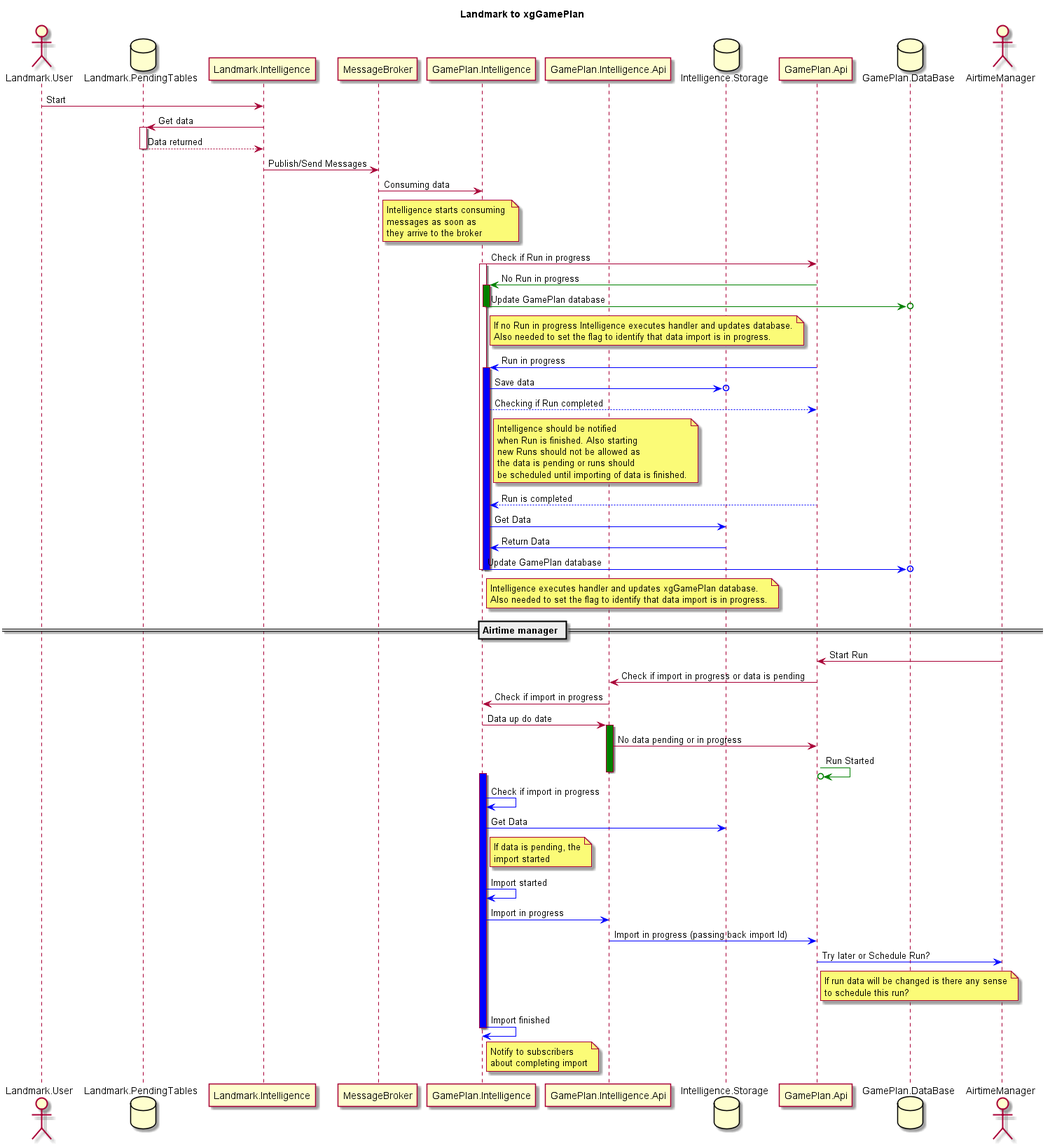
This is LandmarkIntegration/UsingLocalStorage.png from tatokhorava/diagrams, a PlantUML export, as it was before one commit.
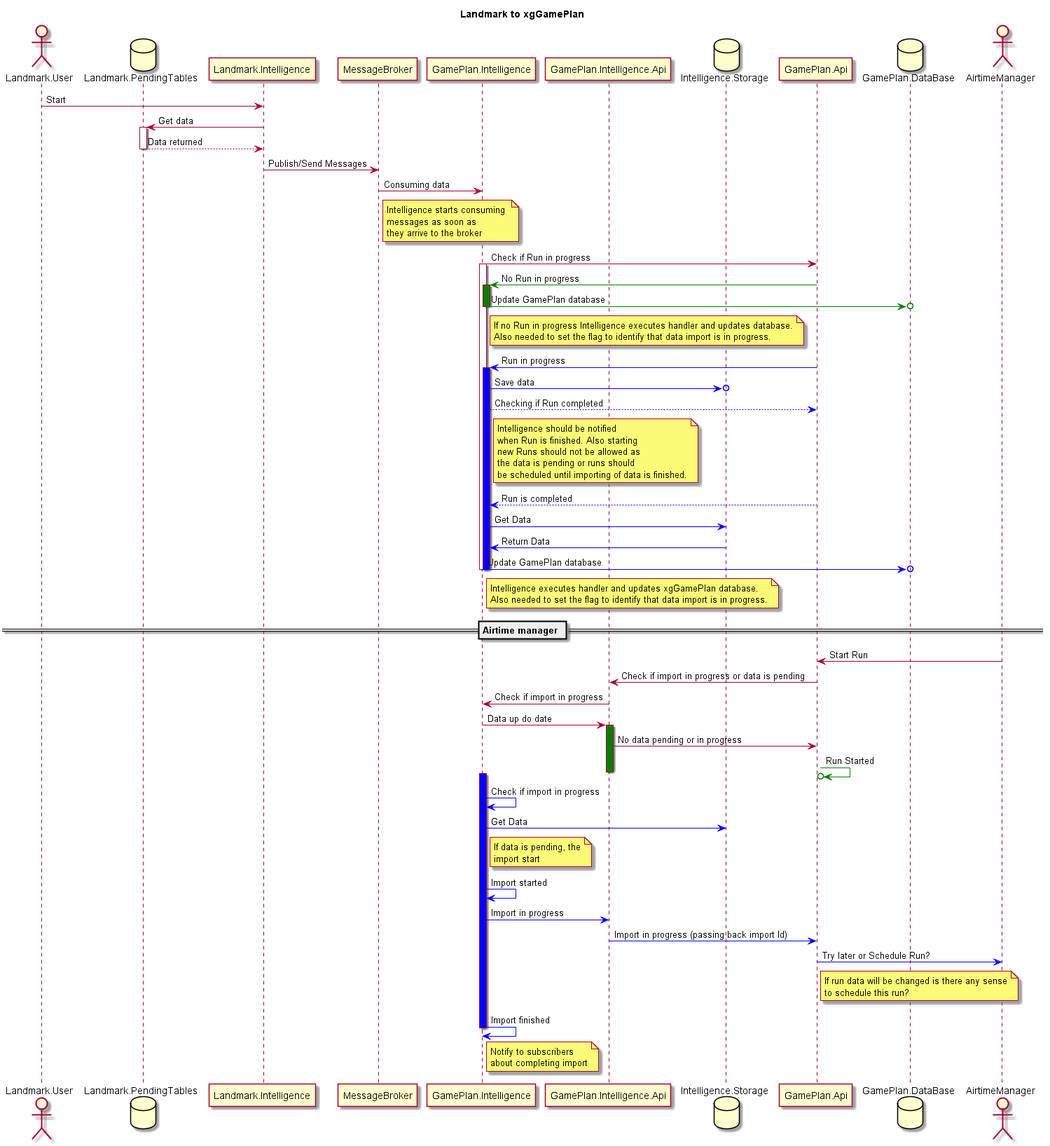
Later version of the same file.

What changed in the source:
```diff
@@ -37,7 +37,7 @@
 activate GamePlan.Intelligence #Blue
 GamePlan.Intelligence -[#Blue]>o Intelligence.Storage: Save data
 GamePlan.Intelligence --[#Blue]> GamePlan.Api: Checking if Run completed
-note right of GamePlan.Intelligence
+note right of "GamePlan.Intelligence"
 Intelligence should be notified
 when Run is finished. Also starting
 new Runs should not be allowed as
@@ -48,7 +48,7 @@
 GamePlan.Intelligence -[#Blue]> Intelligence.Storage: Get Data
 GamePlan.Intelligence <-[#Blue] Intelligence.Storage: Return Data
 GamePlan.Intelligence -[#Blue]>o GamePlan.DataBase: Update GamePlan database
-note right of GamePlan.Intelligence
+note right of "GamePlan.Intelligence"
 Intelligence executes handler and updates xgGamePlan database.
 Also needed to set the flag to identify that data import is in progress.
 end note
@@ -70,20 +70,20 @@
 activate GamePlan.Intelligence #Blue
 GamePlan.Intelligence -[#Blue]> GamePlan.Intelligence: Check if import in progress
 GamePlan.Intelligence -[#Blue]> Intelligence.Storage: Get Data
-note right of GamePlan.Intelligence
+note right of "GamePlan.Intelligence"
 If data is pending, the
-import started
+import start
 end note
 GamePlan.Intelligence -[#Blue]> GamePlan.Intelligence: Import started
 GamePlan.Intelligence -[#Blue]> GamePlan.Intelligence.Api: Import in progress
 GamePlan.Intelligence.Api -[#Blue]> GamePlan.Api: Import in progress (passing back import Id)
 GamePlan.Api -[#Blue]> AirtimeManager: Try later or Schedule Run?
-note right of GamePlan.Api
+note right of "GamePlan.Api"
 If run data will be changed is there any sense
 to schedule this run?
 end note
 GamePlan.Intelligence -[#Blue]> GamePlan.Intelligence: Import finished
-note right of GamePlan.Intelligence
+note right of "GamePlan.Intelligence"
 Notify to subscribers
 about completing import
 end note
```
